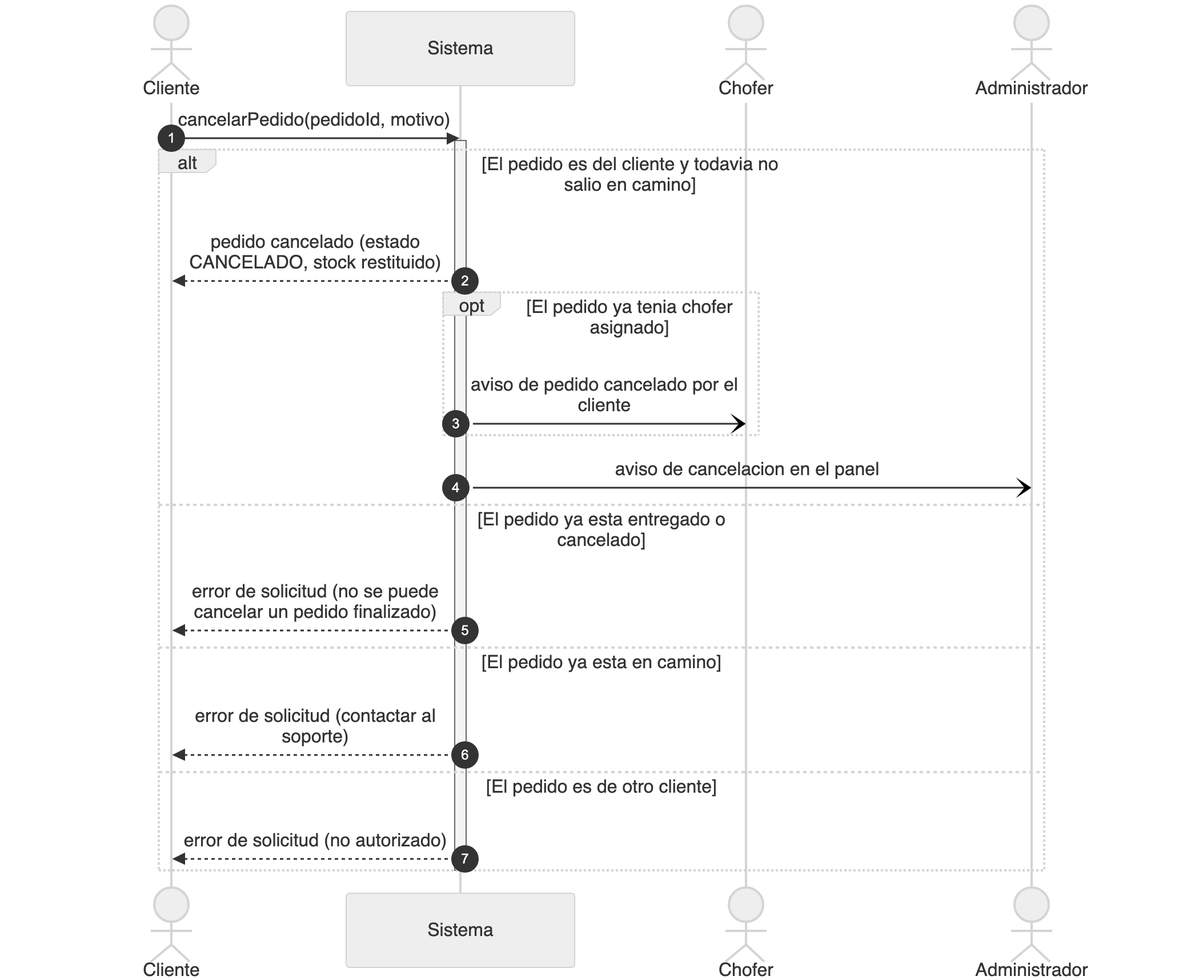
Nahuelito-Dev/splg-docs keeps this Mermaid diagram as diagramas/png/DSS_CU-008_Cancelar-Pedido.png. Above is the earlier version. Its source is kept beside it as diagramas/DSS_CU-008_Cancelar-Pedido.mmd. Its diagram source:
```mermaid
sequenceDiagram
    title DSS — CU-008 Cancelar Pedido
    autonumber
    actor CLI as Cliente
    participant SIS as Sistema
    actor CHO as Chofer
    actor ADM as Administrador

    CLI->>SIS: cancelarPedido(pedidoId, motivo)
    activate SIS
    alt El pedido es del cliente y todavia no salio en camino
        SIS-->>CLI: pedido cancelado (estado CANCELADO, stock restituido)
        opt El pedido ya tenia chofer asignado
            SIS-)CHO: aviso de pedido cancelado por el cliente
        end
        SIS-)ADM: aviso de cancelacion en el panel
    else El pedido es de otro cliente o de otra distribuidora
        SIS-->>CLI: recurso no encontrado
    else El pedido ya esta entregado o cancelado
        SIS-->>CLI: error de solicitud (no se puede cancelar un pedido finalizado)
    else El pedido ya esta en camino
        SIS-->>CLI: error de solicitud (contactar al soporte)
    end
    deactivate SIS
```
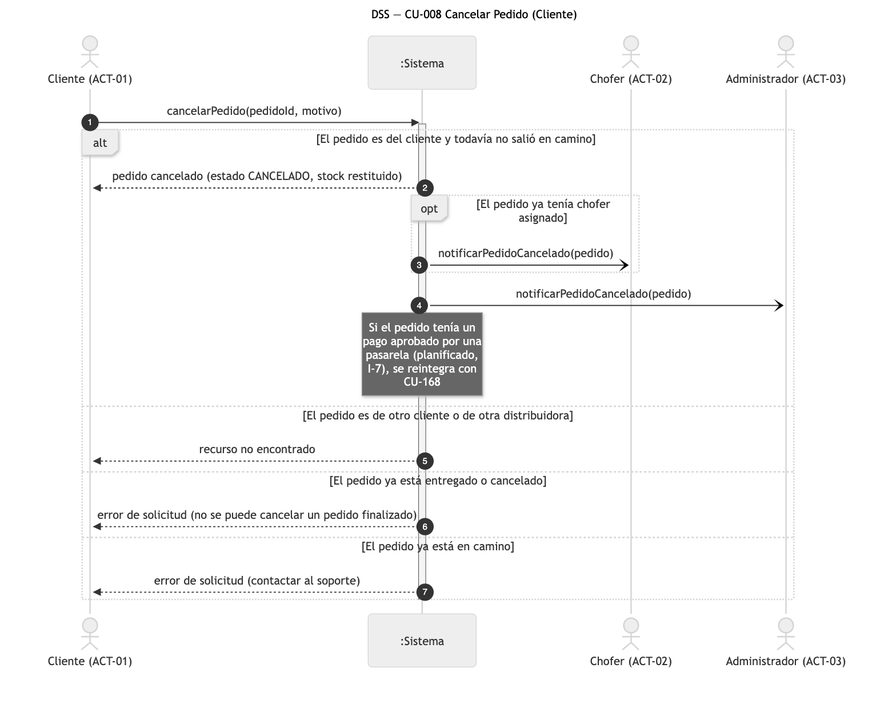
Later version of the same file.

Change to the diagram source:
```diff
@@ -1,24 +1,25 @@
 sequenceDiagram
-    title DSS — CU-008 Cancelar Pedido
+    title DSS — CU-008 Cancelar Pedido (Cliente)
     autonumber
-    actor CLI as Cliente
-    participant SIS as Sistema
-    actor CHO as Chofer
-    actor ADM as Administrador
+    actor CLI as Cliente (ACT-01)
+    participant SIS as :Sistema
+    actor CHO as Chofer (ACT-02)
+    actor ADM as Administrador (ACT-03)
 
     CLI->>SIS: cancelarPedido(pedidoId, motivo)
     activate SIS
-    alt El pedido es del cliente y todavia no salio en camino
+    alt El pedido es del cliente y todavía no salió en camino
         SIS-->>CLI: pedido cancelado (estado CANCELADO, stock restituido)
-        opt El pedido ya tenia chofer asignado
-            SIS-)CHO: aviso de pedido cancelado por el cliente
+        opt El pedido ya tenía chofer asignado
+            SIS-)CHO: notificarPedidoCancelado(pedido)
         end
-        SIS-)ADM: aviso de cancelacion en el panel
+        SIS-)ADM: notificarPedidoCancelado(pedido)
+        Note over SIS: Si el pedido tenía un<br/>pago aprobado por una<br/>pasarela (planificado,<br/>I-7), se reintegra con<br/>CU-168
     else El pedido es de otro cliente o de otra distribuidora
         SIS-->>CLI: recurso no encontrado
-    else El pedido ya esta entregado o cancelado
+    else El pedido ya está entregado o cancelado
         SIS-->>CLI: error de solicitud (no se puede cancelar un pedido finalizado)
-    else El pedido ya esta en camino
+    else El pedido ya está en camino
         SIS-->>CLI: error de solicitud (contactar al soporte)
     end
     deactivate SIS
```
